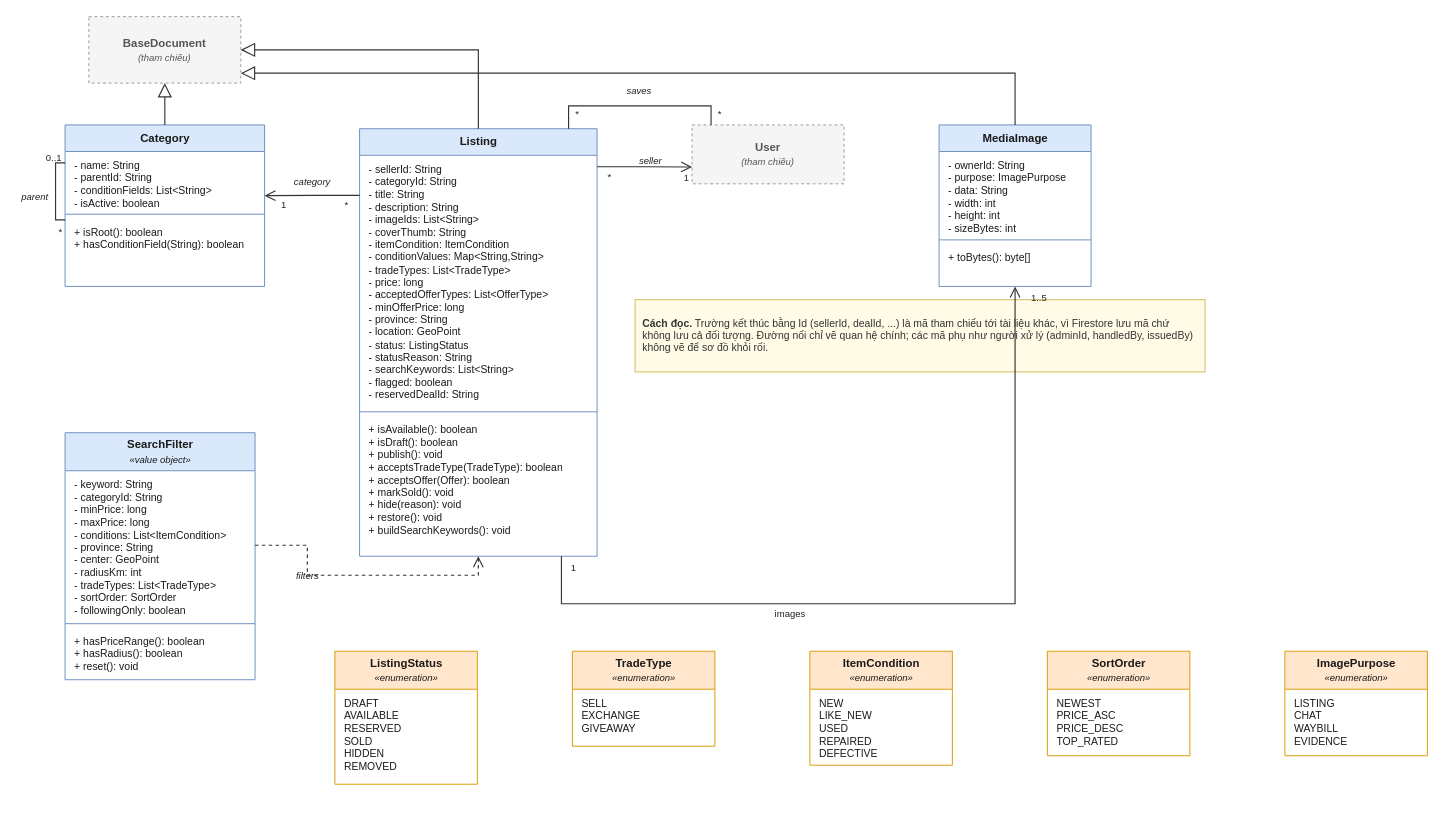
Earlier version of the draw.io diagram page "2. Tin đăng, tìm kiếm" (3 of 8) of workflow/docs/diagrams/so-do-lop/class-diagram.drawio (tahpnart8/NHOM3-MobileApp). Source tidied: cells renumbered, new cells numbered last; positions are measured from the earlier drawing's top-left corner, leaving out a move shared by most shapes. Both pictures are drawn from the tidied source at 95%, with x=0, y=0 at pixel (16, 16).
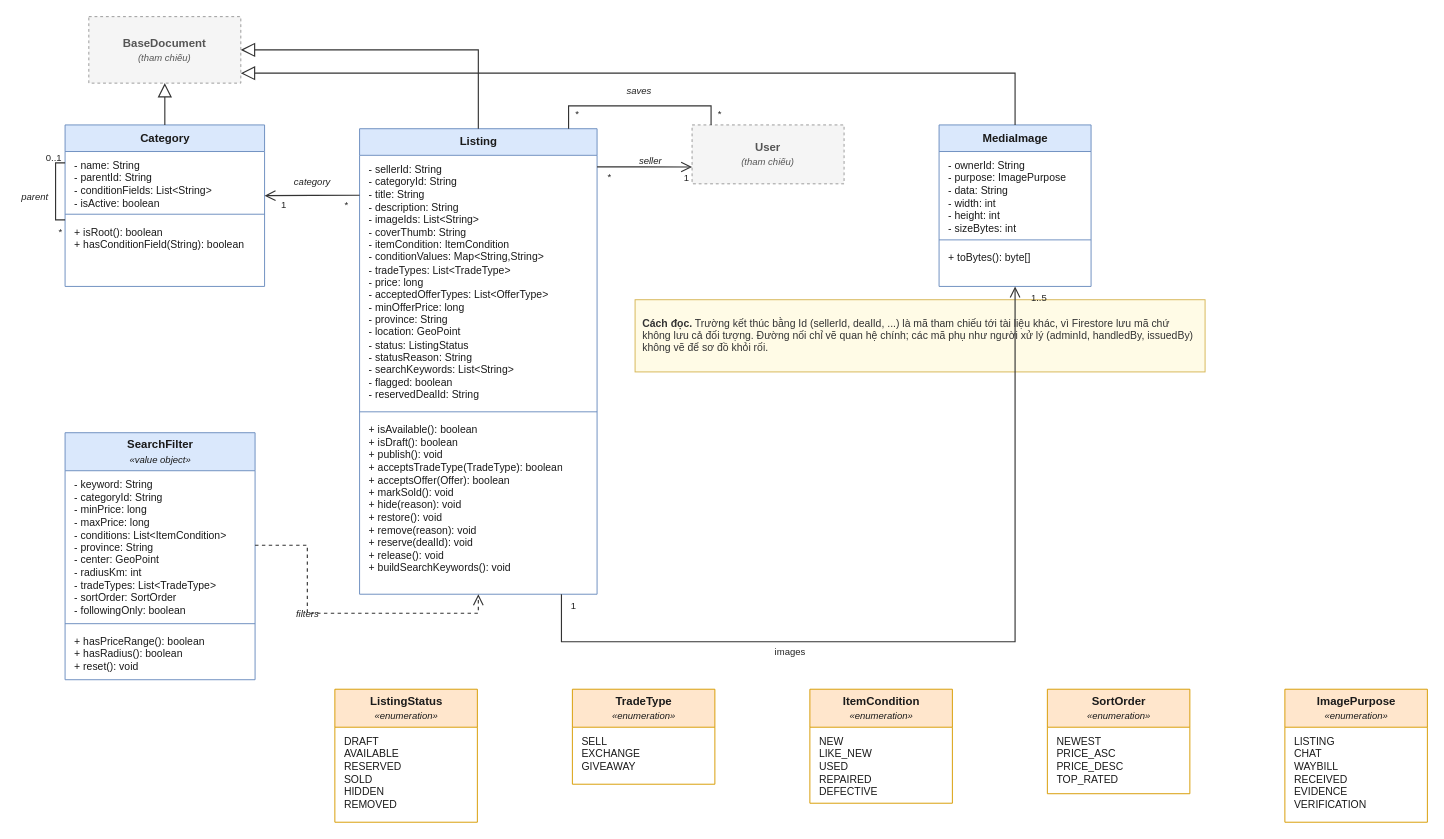
After the change.

Unchanged cells that the change refers to:
```xml
<mxCell id="3" value="&lt;b&gt;Category&lt;/b&gt;" style="swimlane;fontStyle=0;horizontal=1;startSize=28;fillColor=#DAE8FC;strokeColor=#6C8EBF;swimlaneFillColor=#FFFFFF;html=1;whiteSpace=nowrap;fontSize=12;fontFamily=Helvetica;fontColor=#1A1A1A;" parent="1" vertex="1">
  <mxGeometry x="51" y="114" width="210" height="170" as="geometry" />
</mxCell>
<mxCell id="5" value="&lt;b&gt;User&lt;/b&gt;&lt;br&gt;&lt;i style=&quot;font-size:10px&quot;&gt;(tham chiếu)&lt;/i&gt;" style="rounded=0;whiteSpace=wrap;html=1;fillColor=#F5F5F5;strokeColor=#999999;dashed=1;fontColor=#555555;fontSize=12;fontFamily=Helvetica;" parent="1" vertex="1">
  <mxGeometry x="711" y="114" width="160" height="62" as="geometry" />
</mxCell>
<mxCell id="45" value="&lt;b&gt;MediaImage&lt;/b&gt;" style="swimlane;fontStyle=0;horizontal=1;startSize=28;fillColor=#DAE8FC;strokeColor=#6C8EBF;swimlaneFillColor=#FFFFFF;html=1;whiteSpace=nowrap;fontSize=12;fontFamily=Helvetica;fontColor=#1A1A1A;" parent="1" vertex="1">
  <mxGeometry x="971" y="114" width="160" height="170" as="geometry" />
</mxCell>
```

Change to the diagram source:
```diff
@@
     <mxCell id="4" value="&lt;b&gt;Listing&lt;/b&gt;" style="swimlane;fontStyle=0;horizontal=1;startSize=28;fillColor=#DAE8FC;strokeColor=#6C8EBF;swimlaneFillColor=#FFFFFF;html=1;whiteSpace=nowrap;fontSize=12;fontFamily=Helvetica;fontColor=#1A1A1A;" parent="1" vertex="1">
-      <mxGeometry x="361" y="118" width="250" height="450" as="geometry" />
+      <mxGeometry x="361" y="118" width="250" height="490" as="geometry" />
     </mxCell>
@@
     <mxCell id="10" value="&lt;b&gt;ListingStatus&lt;/b&gt;&lt;br&gt;&lt;i style=&quot;font-size:10px&quot;&gt;«enumeration»&lt;/i&gt;" style="swimlane;fontStyle=0;horizontal=1;startSize=40;fillColor=#FFE6CC;strokeColor=#D79B00;swimlaneFillColor=#FFFFFF;html=1;whiteSpace=nowrap;fontSize=12;fontFamily=Helvetica;fontColor=#1A1A1A;" parent="1" vertex="1">
-      <mxGeometry x="335" y="668" width="150" height="140" as="geometry" />
+      <mxGeometry x="335" y="708" width="150" height="140" as="geometry" />
     </mxCell>
     <mxCell id="11" value="&lt;b&gt;TradeType&lt;/b&gt;&lt;br&gt;&lt;i style=&quot;font-size:10px&quot;&gt;«enumeration»&lt;/i&gt;" style="swimlane;fontStyle=0;horizontal=1;startSize=40;fillColor=#FFE6CC;strokeColor=#D79B00;swimlaneFillColor=#FFFFFF;html=1;whiteSpace=nowrap;fontSize=12;fontFamily=Helvetica;fontColor=#1A1A1A;" parent="1" vertex="1">
-      <mxGeometry x="585" y="668" width="150" height="100" as="geometry" />
+      <mxGeometry x="585" y="708" width="150" height="100" as="geometry" />
     </mxCell>
@@
     <mxCell id="13" value="&lt;b&gt;ItemCondition&lt;/b&gt;&lt;br&gt;&lt;i style=&quot;font-size:10px&quot;&gt;«enumeration»&lt;/i&gt;" style="swimlane;fontStyle=0;horizontal=1;startSize=40;fillColor=#FFE6CC;strokeColor=#D79B00;swimlaneFillColor=#FFFFFF;html=1;whiteSpace=nowrap;fontSize=12;fontFamily=Helvetica;fontColor=#1A1A1A;" parent="1" vertex="1">
-      <mxGeometry x="835" y="668" width="150" height="120" as="geometry" />
+      <mxGeometry x="835" y="708" width="150" height="120" as="geometry" />
     </mxCell>
     <mxCell id="14" value="&lt;b&gt;SortOrder&lt;/b&gt;&lt;br&gt;&lt;i style=&quot;font-size:10px&quot;&gt;«enumeration»&lt;/i&gt;" style="swimlane;fontStyle=0;horizontal=1;startSize=40;fillColor=#FFE6CC;strokeColor=#D79B00;swimlaneFillColor=#FFFFFF;html=1;whiteSpace=nowrap;fontSize=12;fontFamily=Helvetica;fontColor=#1A1A1A;" parent="1" vertex="1">
-      <mxGeometry x="1085" y="668" width="150" height="110" as="geometry" />
+      <mxGeometry x="1085" y="708" width="150" height="110" as="geometry" />
     </mxCell>
@@
-    <mxCell id="20" style="html=1;rounded=0;edgeStyle=orthogonalEdgeStyle;jettySize=auto;exitX=0.0;exitY=0.156;exitDx=0;exitDy=0;entryDx=0;entryDy=0;strokeColor=#333333;strokeWidth=1.2;endArrow=open;endFill=0;endSize=9;startArrow=none;entryX=1.000;entryY=0.438;" parent="1" edge="1" source="4" target="3">
+    <mxCell id="20" style="html=1;rounded=0;edgeStyle=orthogonalEdgeStyle;jettySize=auto;exitX=0.0;exitY=0.143;exitDx=0;exitDy=0;entryDx=0;entryDy=0;strokeColor=#333333;strokeWidth=1.2;endArrow=open;endFill=0;endSize=9;startArrow=none;entryX=1.000;entryY=0.438;" parent="1" edge="1" source="4" target="3">
       <mxGeometry relative="1" as="geometry" />
     </mxCell>
-    <mxCell id="21" style="html=1;rounded=0;edgeStyle=orthogonalEdgeStyle;jettySize=auto;exitX=1.0;exitY=0.089;exitDx=0;exitDy=0;entryX=0.0;entryY=0.7143;entryDx=0;entryDy=0;strokeColor=#333333;strokeWidth=1.2;endArrow=open;endFill=0;endSize=9;startArrow=none;" parent="1" edge="1" source="4" target="5">
+    <mxCell id="21" style="html=1;rounded=0;edgeStyle=orthogonalEdgeStyle;jettySize=auto;exitX=1.0;exitY=0.082;exitDx=0;exitDy=0;entryX=0.0;entryY=0.7143;entryDx=0;entryDy=0;strokeColor=#333333;strokeWidth=1.2;endArrow=open;endFill=0;endSize=9;startArrow=none;" parent="1" edge="1" source="4" target="5">
       <mxGeometry relative="1" as="geometry" />
     </mxCell>
@@
     <mxCell id="36" value="filters" style="text;html=1;strokeColor=none;fillColor=none;align=center;verticalAlign=middle;whiteSpace=nowrap;fontSize=10;fontFamily=Helvetica;fontColor=#222222;fontStyle=2;" parent="1" vertex="1">
-      <mxGeometry x="290" y="580" width="31" height="16" as="geometry" />
+      <mxGeometry x="290" y="620" width="31" height="16" as="geometry" />
     </mxCell>
@@
-    <mxCell id="42" value="- sellerId: String&lt;br&gt;- categoryId: String&lt;br&gt;- title: String&lt;br&gt;- description: String&lt;br&gt;- imageIds: List&amp;lt;String&amp;gt;&lt;br&gt;- coverThumb: String&lt;br&gt;- itemCondition: ItemCondition&lt;br&gt;- conditionValues: Map&amp;lt;String,String&amp;gt;&lt;br&gt;- tradeTypes: List&amp;lt;TradeType&amp;gt;&lt;br&gt;- price: long&lt;br&gt;- acceptedOfferTypes: List&amp;lt;OfferType&amp;gt;&lt;br&gt;- minOfferPrice: long&lt;br&gt;- province: String&lt;br&gt;- location: GeoPoint&lt;br&gt;- status: ListingStatus&lt;br&gt;- statusReason: String&lt;br&gt;- searchKeywords: List&amp;lt;String&amp;gt;&lt;br&gt;- flagged: boolean&lt;br&gt;- reservedDealId: String" style="text;strokeColor=none;fillColor=none;align=left;verticalAlign=top;spacingLeft=8;spacingRight=4;spacingTop=2;overflow=hidden;html=1;whiteSpace=nowrap;fontSize=11;fontFamily=Helvetica;fontColor=#1A1A1A;" parent="4" vertex="1">
-      <mxGeometry y="28" width="250" height="266" as="geometry" />
-    </mxCell>
-    <mxCell id="43" style="line;strokeWidth=1;fillColor=none;align=left;verticalAlign=middle;html=1;strokeColor=#6C8EBF;" parent="4" vertex="1">
-      <mxGeometry y="294" width="250" height="8" as="geometry" />
-    </mxCell>
-    <mxCell id="44" value="+ isAvailable(): boolean&lt;br&gt;+ isDraft(): boolean&lt;br&gt;+ publish(): void&lt;br&gt;+ acceptsTradeType(TradeType): boolean&lt;br&gt;+ acceptsOffer(Offer): boolean&lt;br&gt;+ markSold(): void&lt;br&gt;+ hide(reason): void&lt;br&gt;+ restore(): void&lt;br&gt;+ buildSearchKeywords(): void" style="text;strokeColor=none;fillColor=none;align=left;verticalAlign=top;spacingLeft=8;spacingRight=4;spacingTop=2;overflow=hidden;html=1;whiteSpace=nowrap;fontSize=11;fontFamily=Helvetica;fontColor=#1A1A1A;" parent="4" vertex="1">
-      <mxGeometry y="302" width="250" height="130" as="geometry" />
-    </mxCell>
@@
     <mxCell id="49" value="&lt;b&gt;ImagePurpose&lt;/b&gt;&lt;br&gt;&lt;i style=&quot;font-size:10px&quot;&gt;«enumeration»&lt;/i&gt;" style="swimlane;fontStyle=0;horizontal=1;startSize=40;fillColor=#FFE6CC;strokeColor=#D79B00;swimlaneFillColor=#FFFFFF;html=1;whiteSpace=nowrap;fontSize=12;fontFamily=Helvetica;fontColor=#1A1A1A;" parent="1" vertex="1">
-      <mxGeometry x="1335" y="668" width="150" height="110" as="geometry" />
+      <mxGeometry x="1335" y="708" width="150" height="140" as="geometry" />
     </mxCell>
-    <mxCell id="50" value="LISTING&lt;br&gt;CHAT&lt;br&gt;WAYBILL&lt;br&gt;EVIDENCE" style="text;strokeColor=none;fillColor=none;align=left;verticalAlign=top;spacingLeft=8;spacingRight=4;spacingTop=2;overflow=hidden;html=1;whiteSpace=nowrap;fontSize=11;fontFamily=Helvetica;fontColor=#1A1A1A;" parent="49" vertex="1">
-      <mxGeometry y="40" width="150" height="62" as="geometry" />
-    </mxCell>
@@
     <mxCell id="52" style="html=1;rounded=0;edgeStyle=orthogonalEdgeStyle;jettySize=auto;strokeColor=#333333;strokeWidth=1.2;endArrow=open;endFill=0;endSize=9;startArrow=none;exitX=0.85;exitY=1;exitDx=0;exitDy=0;entryX=0.5;entryY=1;entryDx=0;entryDy=0;" parent="1" edge="1" source="4" target="45">
       <mxGeometry relative="1" as="geometry">
         <Array as="points">
-          <mxPoint x="573" y="618" />
-          <mxPoint x="1051" y="618" />
+          <mxPoint x="573" y="658" />
+          <mxPoint x="1051" y="658" />
         </Array>
       </mxGeometry>
     </mxCell>
     <mxCell id="53" value="1" style="text;html=1;strokeColor=none;fillColor=none;align=center;verticalAlign=middle;whiteSpace=nowrap;fontSize=10;fontFamily=Helvetica;fontColor=#222222;" parent="1" vertex="1">
-      <mxGeometry x="579" y="572" width="14" height="16" as="geometry" />
+      <mxGeometry x="579" y="612" width="14" height="16" as="geometry" />
     </mxCell>
@@
     <mxCell id="55" value="images" style="text;html=1;strokeColor=none;fillColor=none;align=center;verticalAlign=middle;whiteSpace=nowrap;fontSize=10;fontFamily=Helvetica;fontColor=#222222;" parent="1" vertex="1">
-      <mxGeometry x="787" y="620" width="54" height="16" as="geometry" />
+      <mxGeometry x="787" y="660" width="54" height="16" as="geometry" />
     </mxCell>
+    <mxCell id="50" value="LISTING&lt;br&gt;CHAT&lt;br&gt;WAYBILL&lt;br&gt;RECEIVED&lt;br&gt;EVIDENCE&lt;br&gt;VERIFICATION" style="text;strokeColor=none;fillColor=none;align=left;verticalAlign=top;spacingLeft=8;spacingRight=4;spacingTop=2;overflow=hidden;html=1;whiteSpace=nowrap;fontSize=11;fontFamily=Helvetica;fontColor=#1A1A1A;" parent="49" vertex="1">
+      <mxGeometry y="40" width="150" height="89" as="geometry" />
+    </mxCell>
+    <mxCell id="42" value="- sellerId: String&lt;br&gt;- categoryId: String&lt;br&gt;- title: String&lt;br&gt;- description: String&lt;br&gt;- imageIds: List&amp;lt;String&amp;gt;&lt;br&gt;- coverThumb: String&lt;br&gt;- itemCondition: ItemCondition&lt;br&gt;- conditionValues: Map&amp;lt;String,String&amp;gt;&lt;br&gt;- tradeTypes: List&amp;lt;TradeType&amp;gt;&lt;br&gt;- price: long&lt;br&gt;- acceptedOfferTypes: List&amp;lt;OfferType&amp;gt;&lt;br&gt;- minOfferPrice: long&lt;br&gt;- province: String&lt;br&gt;- location: GeoPoint&lt;br&gt;- status: ListingStatus&lt;br&gt;- statusReason: String&lt;br&gt;- searchKeywords: List&amp;lt;String&amp;gt;&lt;br&gt;- flagged: boolean&lt;br&gt;- reservedDealId: String" style="text;strokeColor=none;fillColor=none;align=left;verticalAlign=top;spacingLeft=8;spacingRight=4;spacingTop=2;overflow=hidden;html=1;whiteSpace=nowrap;fontSize=11;fontFamily=Helvetica;fontColor=#1A1A1A;" parent="4" vertex="1">
+      <mxGeometry y="28" width="250" height="266" as="geometry" />
+    </mxCell>
+    <mxCell id="43" style="line;strokeWidth=1;fillColor=none;align=left;verticalAlign=middle;html=1;strokeColor=#6C8EBF;" parent="4" vertex="1">
+      <mxGeometry y="294" width="250" height="8" as="geometry" />
+    </mxCell>
+    <mxCell id="44" value="+ isAvailable(): boolean&lt;br&gt;+ isDraft(): boolean&lt;br&gt;+ publish(): void&lt;br&gt;+ acceptsTradeType(TradeType): boolean&lt;br&gt;+ acceptsOffer(Offer): boolean&lt;br&gt;+ markSold(): void&lt;br&gt;+ hide(reason): void&lt;br&gt;+ restore(): void&lt;br&gt;+ remove(reason): void&lt;br&gt;+ reserve(dealId): void&lt;br&gt;+ release(): void&lt;br&gt;+ buildSearchKeywords(): void" style="text;strokeColor=none;fillColor=none;align=left;verticalAlign=top;spacingLeft=8;spacingRight=4;spacingTop=2;overflow=hidden;html=1;whiteSpace=nowrap;fontSize=11;fontFamily=Helvetica;fontColor=#1A1A1A;" parent="4" vertex="1">
+      <mxGeometry y="302" width="250" height="171" as="geometry" />
+    </mxCell>
```
